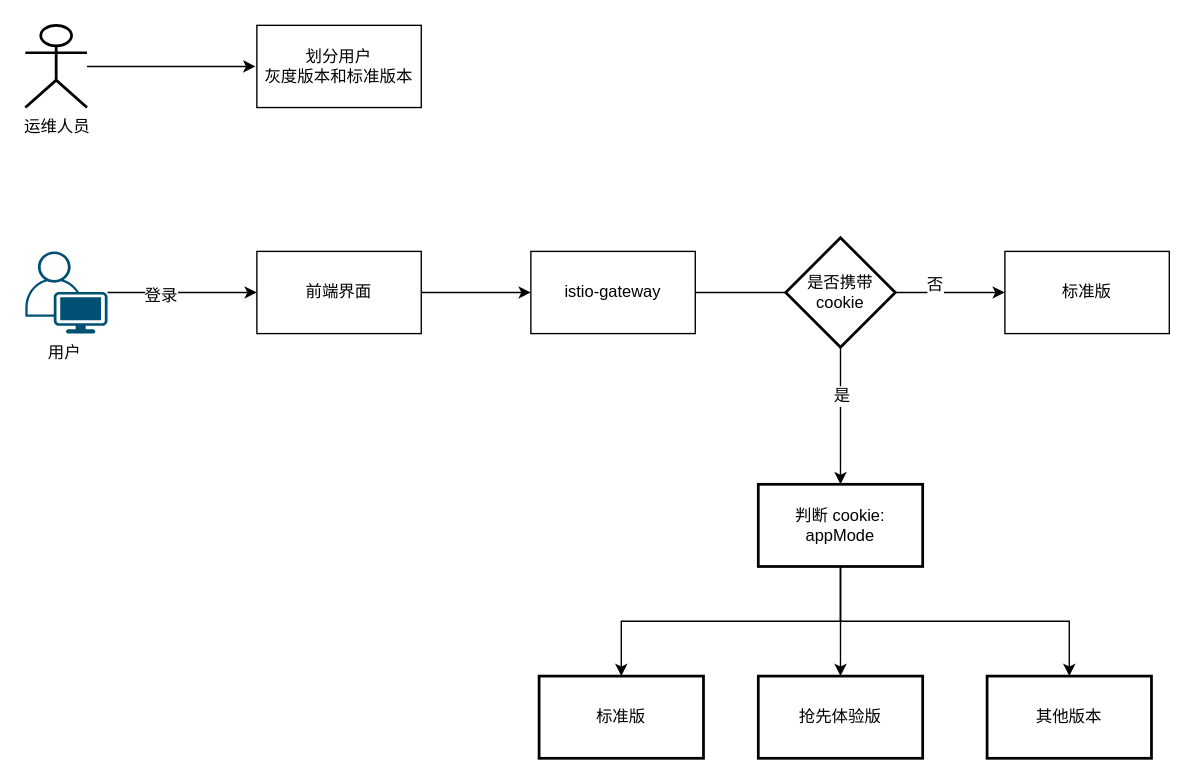
Above: page "流程图" (2 of 3) of 云原生前端灰度方案.drawio in zhuoooo/doodles (draw.io), before the change. Source tidied: cells renumbered, new cells numbered last; positions are measured from the earlier drawing's top-left corner, leaving out a move shared by most shapes. Both pictures are drawn from the tidied source at 137%, with x=0, y=0 at pixel (25, 25).
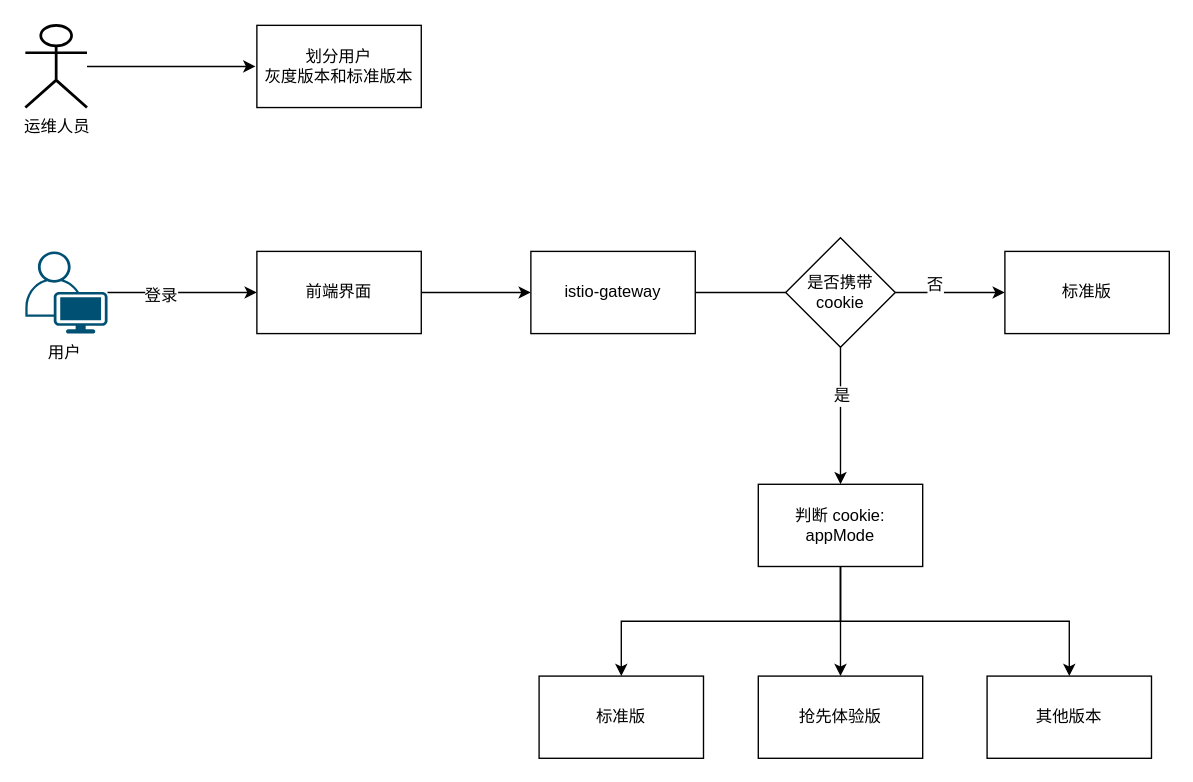
The same diagram, later.

Diff of the diagram source:
```diff
@@
-    <mxCell id="16" value="是否携带cookie" style="rhombus;whiteSpace=wrap;html=1;fillStyle=auto;fontSize=12;fontColor=#000000;strokeColor=default;strokeWidth=2;fillColor=#FFFFFF;" parent="1" vertex="1">
+    <mxCell id="16" value="是否携带cookie" style="rhombus;whiteSpace=wrap;html=1;fillStyle=auto;fontSize=12;fontColor=#000000;strokeColor=default;strokeWidth=1;fillColor=#FFFFFF;" parent="1" vertex="1">
       <mxGeometry x="555" y="155" width="80" height="80" as="geometry" />
     </mxCell>
@@
-    <mxCell id="21" value="判断 cookie: appMode" style="whiteSpace=wrap;html=1;fillColor=#FFFFFF;fontColor=#000000;fillStyle=auto;strokeWidth=2;" parent="1" vertex="1">
+    <mxCell id="21" value="判断 cookie: appMode" style="whiteSpace=wrap;html=1;fillColor=#FFFFFF;fontColor=#000000;fillStyle=auto;strokeWidth=1;" parent="1" vertex="1">
       <mxGeometry x="535" y="335" width="120" height="60" as="geometry" />
     </mxCell>
-    <mxCell id="22" value="标准版" style="whiteSpace=wrap;html=1;fillColor=#FFFFFF;fontColor=#000000;fillStyle=auto;strokeWidth=2;" parent="1" vertex="1">
+    <mxCell id="22" value="标准版" style="whiteSpace=wrap;html=1;fillColor=#FFFFFF;fontColor=#000000;fillStyle=auto;strokeWidth=1;" parent="1" vertex="1">
       <mxGeometry x="375" y="475" width="120" height="60" as="geometry" />
     </mxCell>
-    <mxCell id="23" value="抢先体验版" style="whiteSpace=wrap;html=1;fillColor=#FFFFFF;fontColor=#000000;fillStyle=auto;strokeWidth=2;" parent="1" vertex="1">
+    <mxCell id="23" value="抢先体验版" style="whiteSpace=wrap;html=1;fillColor=#FFFFFF;fontColor=#000000;fillStyle=auto;strokeWidth=1;" parent="1" vertex="1">
       <mxGeometry x="535" y="475" width="120" height="60" as="geometry" />
     </mxCell>
-    <mxCell id="24" value="其他版本" style="whiteSpace=wrap;html=1;fillColor=#FFFFFF;fontColor=#000000;fillStyle=auto;strokeWidth=2;" parent="1" vertex="1">
+    <mxCell id="24" value="其他版本" style="whiteSpace=wrap;html=1;fillColor=#FFFFFF;fontColor=#000000;fillStyle=auto;strokeWidth=1;" parent="1" vertex="1">
       <mxGeometry x="702" y="475" width="120" height="60" as="geometry" />
     </mxCell>
```
